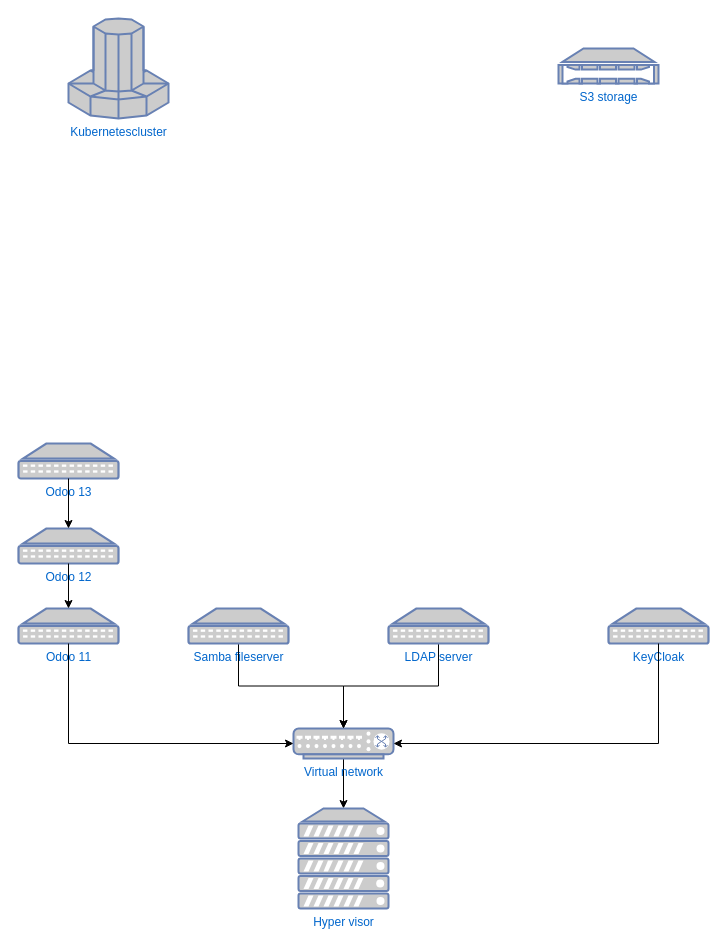
Above: Canna ist.drawio in TheodoorOneStein/TheodoorOneStein (draw.io), before the change. Source tidied: cells renumbered, new cells numbered last; positions are measured from the earlier drawing's top-left corner, leaving out a move shared by most shapes. Both pictures are drawn from the tidied source at 100%, with x=0, y=0 at pixel (18, 18).
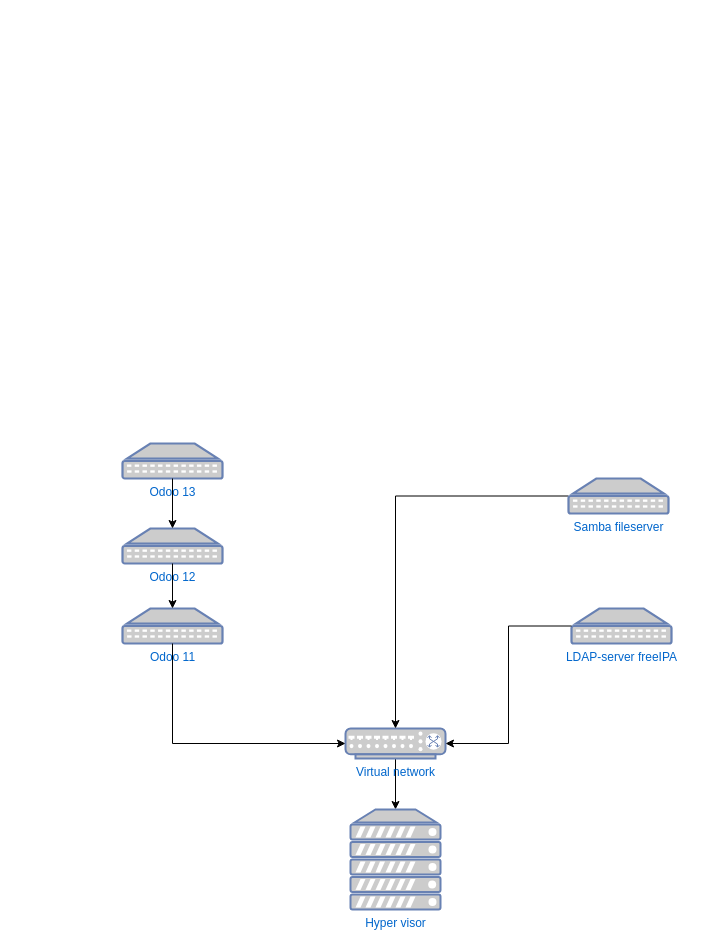
Above is the later version.

The edit, as a diff of the source:
```diff
@@
 <mxGraphModel>
   <root>
     <mxCell id="0" />
     <mxCell id="1" parent="0" />
-    <mxCell id="2" value="Kubernetescluster" style="fontColor=#0066CC;verticalAlign=top;verticalLabelPosition=bottom;labelPosition=center;align=center;html=1;fillColor=#CCCCCC;strokeColor=#6881B3;gradientColor=none;gradientDirection=north;strokeWidth=2;shape=mxgraph.networks.supercomputer;" parent="1" vertex="1">
-      <mxGeometry x="50" width="100" height="100" as="geometry" />
-    </mxCell>
-    <mxCell id="3" value="KeyCloak" style="fontColor=#0066CC;verticalAlign=top;verticalLabelPosition=bottom;labelPosition=center;align=center;html=1;outlineConnect=0;fillColor=#CCCCCC;strokeColor=#6881B3;gradientColor=none;gradientDirection=north;strokeWidth=2;shape=mxgraph.networks.patch_panel;" parent="1" vertex="1">
-      <mxGeometry x="590" y="590" width="100" height="35" as="geometry" />
-    </mxCell>
     <mxCell id="4" style="edgeStyle=orthogonalEdgeStyle;rounded=0;jettySize=auto;html=1;exitX=0.5;exitY=1;exitDx=0;exitDy=0;exitPerimeter=0;" parent="1" edge="1" source="5" target="7">
       <mxGeometry relative="1" as="geometry" />
     </mxCell>
     <mxCell id="5" value="Virtual network" style="fontColor=#0066CC;verticalAlign=top;verticalLabelPosition=bottom;labelPosition=center;align=center;html=1;outlineConnect=0;fillColor=#CCCCCC;strokeColor=#6881B3;gradientColor=none;gradientDirection=north;strokeWidth=2;shape=mxgraph.networks.switch;" parent="1" vertex="1">
-      <mxGeometry x="275" y="710" width="100" height="30" as="geometry" />
+      <mxGeometry x="327" y="710" width="100" height="30" as="geometry" />
     </mxCell>
-    <mxCell id="6" value="S3 storage" style="fontColor=#0066CC;verticalAlign=top;verticalLabelPosition=bottom;labelPosition=center;align=center;html=1;fillColor=#CCCCCC;strokeColor=#6881B3;gradientColor=none;gradientDirection=north;strokeWidth=2;shape=mxgraph.networks.nas_filer;" parent="1" vertex="1">
-      <mxGeometry x="540" y="30" width="100" height="35" as="geometry" />
-    </mxCell>
     <mxCell id="7" value="Hyper visor" style="fontColor=#0066CC;verticalAlign=top;verticalLabelPosition=bottom;labelPosition=center;align=center;html=1;outlineConnect=0;fillColor=#CCCCCC;strokeColor=#6881B3;gradientColor=none;gradientDirection=north;strokeWidth=2;shape=mxgraph.networks.server;" parent="1" vertex="1">
-      <mxGeometry x="280" y="790" width="90" height="100" as="geometry" />
+      <mxGeometry x="332" y="791" width="90" height="100" as="geometry" />
     </mxCell>
     <mxCell id="8" value="Odoo 11" style="fontColor=#0066CC;verticalAlign=top;verticalLabelPosition=bottom;labelPosition=center;align=center;html=1;outlineConnect=0;fillColor=#CCCCCC;strokeColor=#6881B3;gradientColor=none;gradientDirection=north;strokeWidth=2;shape=mxgraph.networks.patch_panel;" parent="1" vertex="1">
-      <mxGeometry y="590" width="100" height="35" as="geometry" />
+      <mxGeometry x="104" y="590" width="100" height="35" as="geometry" />
     </mxCell>
     <mxCell id="9" value="Odoo 12" style="fontColor=#0066CC;verticalAlign=top;verticalLabelPosition=bottom;labelPosition=center;align=center;html=1;outlineConnect=0;fillColor=#CCCCCC;strokeColor=#6881B3;gradientColor=none;gradientDirection=north;strokeWidth=2;shape=mxgraph.networks.patch_panel;" parent="1" vertex="1">
-      <mxGeometry y="510" width="100" height="35" as="geometry" />
+      <mxGeometry x="104" y="510" width="100" height="35" as="geometry" />
     </mxCell>
     <mxCell id="10" value="Odoo 13" style="fontColor=#0066CC;verticalAlign=top;verticalLabelPosition=bottom;labelPosition=center;align=center;html=1;outlineConnect=0;fillColor=#CCCCCC;strokeColor=#6881B3;gradientColor=none;gradientDirection=north;strokeWidth=2;shape=mxgraph.networks.patch_panel;" parent="1" vertex="1">
-      <mxGeometry y="425" width="100" height="35" as="geometry" />
+      <mxGeometry x="104" y="425" width="100" height="35" as="geometry" />
     </mxCell>
-    <mxCell id="11" style="edgeStyle=orthogonalEdgeStyle;rounded=0;jettySize=auto;html=1;exitX=0.5;exitY=1;exitDx=0;exitDy=0;exitPerimeter=0;" parent="1" edge="1" source="12" target="5">
+    <mxCell id="11" style="edgeStyle=orthogonalEdgeStyle;rounded=0;jettySize=auto;html=1;" parent="1" edge="1" source="12" target="5">
       <mxGeometry relative="1" as="geometry" />
     </mxCell>
     <mxCell id="12" value="Samba fileserver" style="fontColor=#0066CC;verticalAlign=top;verticalLabelPosition=bottom;labelPosition=center;align=center;html=1;outlineConnect=0;fillColor=#CCCCCC;strokeColor=#6881B3;gradientColor=none;gradientDirection=north;strokeWidth=2;shape=mxgraph.networks.patch_panel;" parent="1" vertex="1">
-      <mxGeometry x="170" y="590" width="100" height="35" as="geometry" />
+      <mxGeometry x="550" y="460" width="100" height="35" as="geometry" />
     </mxCell>
-    <mxCell id="13" style="edgeStyle=orthogonalEdgeStyle;rounded=0;jettySize=auto;html=1;exitX=0.5;exitY=1;exitDx=0;exitDy=0;exitPerimeter=0;" parent="1" edge="1" source="14" target="5">
-      <mxGeometry relative="1" as="geometry" />
-    </mxCell>
-    <mxCell id="14" value="LDAP server" style="fontColor=#0066CC;verticalAlign=top;verticalLabelPosition=bottom;labelPosition=center;align=center;html=1;outlineConnect=0;fillColor=#CCCCCC;strokeColor=#6881B3;gradientColor=none;gradientDirection=north;strokeWidth=2;shape=mxgraph.networks.patch_panel;" parent="1" vertex="1">
-      <mxGeometry x="370" y="590" width="100" height="35" as="geometry" />
+    <mxCell id="14" value="LDAP-server freeIPA" style="fontColor=#0066CC;verticalAlign=top;verticalLabelPosition=bottom;labelPosition=center;align=center;html=1;outlineConnect=0;fillColor=#CCCCCC;strokeColor=#6881B3;gradientColor=none;gradientDirection=north;strokeWidth=2;shape=mxgraph.networks.patch_panel;" parent="1" vertex="1">
+      <mxGeometry x="553" y="590" width="100" height="35" as="geometry" />
     </mxCell>
     <mxCell id="15" style="edgeStyle=orthogonalEdgeStyle;rounded=0;jettySize=auto;html=1;entryX=0.5;entryY=0;entryDx=0;entryDy=0;entryPerimeter=0;" parent="1" edge="1" source="10" target="9">
       <mxGeometry relative="1" as="geometry" />
     </mxCell>
     <mxCell id="16" style="edgeStyle=orthogonalEdgeStyle;rounded=0;jettySize=auto;html=1;exitX=0.5;exitY=1;exitDx=0;exitDy=0;exitPerimeter=0;entryX=0.5;entryY=0;entryDx=0;entryDy=0;entryPerimeter=0;" parent="1" edge="1" source="9" target="8">
       <mxGeometry relative="1" as="geometry" />
     </mxCell>
     <mxCell id="17" style="edgeStyle=orthogonalEdgeStyle;rounded=0;jettySize=auto;html=1;exitX=0.5;exitY=1;exitDx=0;exitDy=0;exitPerimeter=0;entryX=0;entryY=0.5;entryDx=0;entryDy=0;entryPerimeter=0;" parent="1" edge="1" source="8" target="5">
       <mxGeometry relative="1" as="geometry" />
     </mxCell>
-    <mxCell id="18" style="edgeStyle=orthogonalEdgeStyle;rounded=0;jettySize=auto;html=1;exitX=0.5;exitY=1;exitDx=0;exitDy=0;exitPerimeter=0;entryX=1;entryY=0.5;entryDx=0;entryDy=0;entryPerimeter=0;" parent="1" edge="1" source="3" target="5">
-      <mxGeometry relative="1" as="geometry" />
-    </mxCell>
+    <mxCell id="13" style="edgeStyle=orthogonalEdgeStyle;rounded=0;jettySize=auto;html=1;entryX=1;entryY=0.5;entryDx=0;entryDy=0;entryPerimeter=0;" parent="1" edge="1" source="14" target="5">
+      <mxGeometry relative="1" as="geometry" />
+    </mxCell>
   </root>
 </mxGraphModel>
```
